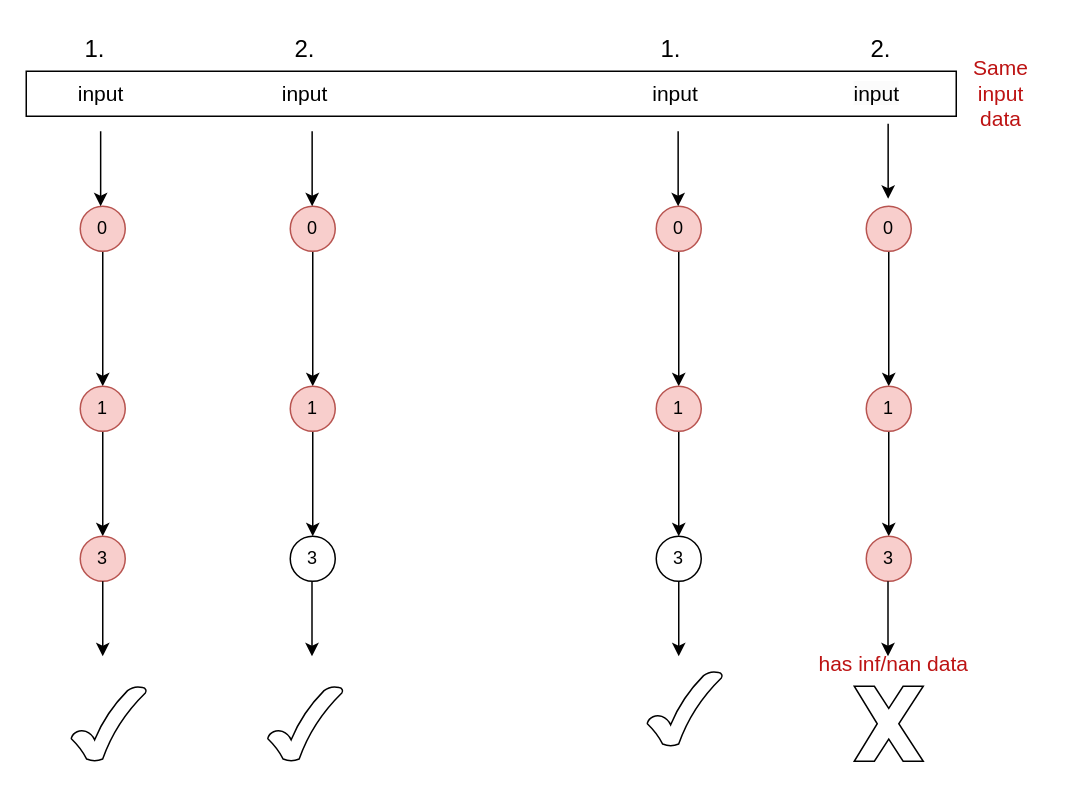
This is node.drawio from ABigDoge/MyDiagrams, a draw.io file, before an edit. Source tidied: cells renumbered, new cells numbered last; positions are measured from the earlier drawing's top-left corner, leaving out a move shared by most shapes. Both pictures are drawn from the tidied source at 150%, with x=0, y=0 at pixel (26, 26).
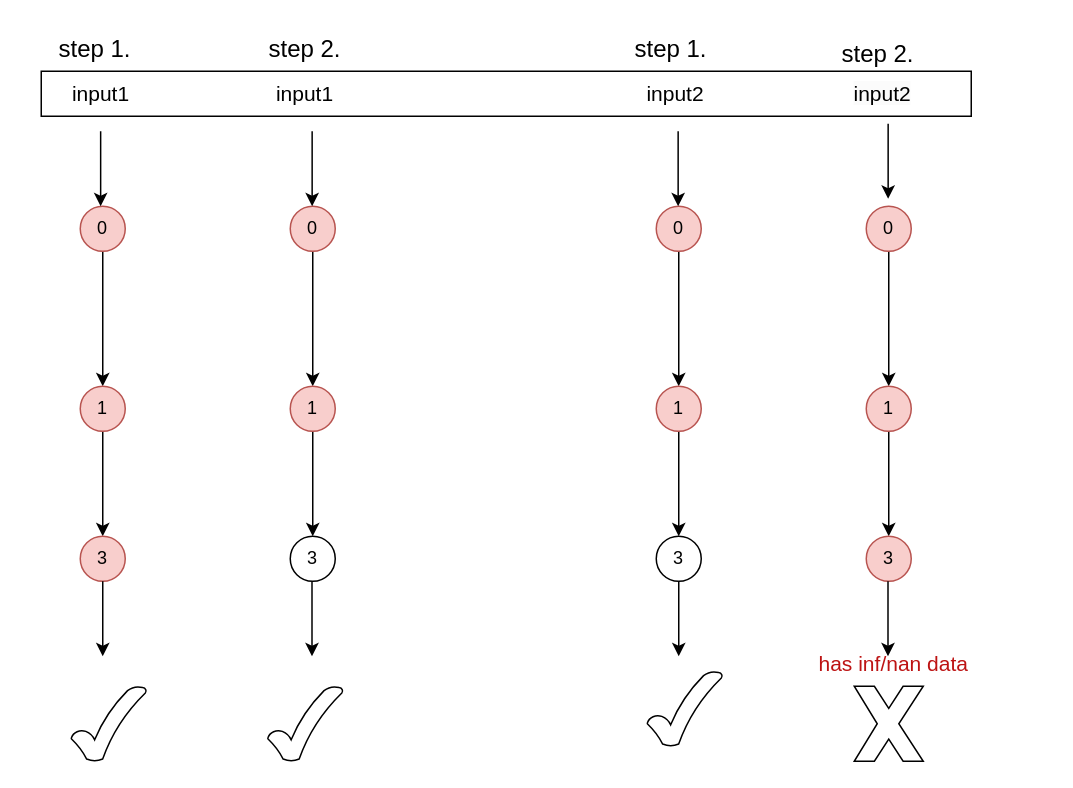
The same page after the edit.

The edit, as a diff of the source:
```diff
@@
-    <mxCell id="12" value="&lt;font style=&quot;font-size: 14px;&quot;&gt;input&lt;/font&gt;" style="text;html=1;strokeColor=none;fillColor=none;align=center;verticalAlign=middle;whiteSpace=wrap;rounded=0;" parent="1" vertex="1">
+    <mxCell id="12" value="&lt;font style=&quot;font-size: 14px;&quot;&gt;input1&lt;/font&gt;" style="text;html=1;strokeColor=none;fillColor=none;align=center;verticalAlign=middle;whiteSpace=wrap;rounded=0;" parent="1" vertex="1">
       <mxGeometry x="20" y="30" width="60" height="30" as="geometry" />
     </mxCell>
@@
-    <mxCell id="15" value="&lt;font style=&quot;font-size: 16px;&quot;&gt;1.&lt;/font&gt;" style="text;html=1;strokeColor=none;fillColor=none;align=center;verticalAlign=middle;whiteSpace=wrap;rounded=0;" parent="1" vertex="1">
+    <mxCell id="15" value="&lt;font style=&quot;font-size: 16px;&quot;&gt;step 1.&lt;/font&gt;" style="text;html=1;strokeColor=none;fillColor=none;align=center;verticalAlign=middle;whiteSpace=wrap;rounded=0;" parent="1" vertex="1">
       <mxGeometry x="16" width="60" height="30" as="geometry" />
     </mxCell>
-    <mxCell id="16" value="&lt;font style=&quot;font-size: 16px;&quot;&gt;2.&lt;/font&gt;" style="text;html=1;strokeColor=none;fillColor=none;align=center;verticalAlign=middle;whiteSpace=wrap;rounded=0;" parent="1" vertex="1">
+    <mxCell id="16" value="&lt;font style=&quot;font-size: 16px;&quot;&gt;step&amp;nbsp;2.&lt;/font&gt;" style="text;html=1;strokeColor=none;fillColor=none;align=center;verticalAlign=middle;whiteSpace=wrap;rounded=0;" parent="1" vertex="1">
       <mxGeometry x="156" width="60" height="30" as="geometry" />
     </mxCell>
@@
-    <mxCell id="27" value="&lt;span style=&quot;color: rgb(0, 0, 0); font-family: Helvetica; font-size: 14px; font-style: normal; font-variant-ligatures: normal; font-variant-caps: normal; font-weight: 400; letter-spacing: normal; orphans: 2; text-align: center; text-indent: 0px; text-transform: none; widows: 2; word-spacing: 0px; -webkit-text-stroke-width: 0px; background-color: rgb(251, 251, 251); text-decoration-thickness: initial; text-decoration-style: initial; text-decoration-color: initial; float: none; display: inline !important;&quot;&gt;input&lt;/span&gt;" style="text;whiteSpace=wrap;html=1;" parent="1" vertex="1">
+    <mxCell id="27" value="&lt;span style=&quot;color: rgb(0, 0, 0); font-family: Helvetica; font-size: 14px; font-style: normal; font-variant-ligatures: normal; font-variant-caps: normal; font-weight: 400; letter-spacing: normal; orphans: 2; text-align: center; text-indent: 0px; text-transform: none; widows: 2; word-spacing: 0px; -webkit-text-stroke-width: 0px; background-color: rgb(251, 251, 251); text-decoration-thickness: initial; text-decoration-style: initial; text-decoration-color: initial; float: none; display: inline !important;&quot;&gt;input2&lt;/span&gt;" style="text;whiteSpace=wrap;html=1;" parent="1" vertex="1">
       <mxGeometry x="550" y="30" width="70" height="40" as="geometry" />
     </mxCell>
@@
-    <mxCell id="30" value="&lt;font style=&quot;font-size: 16px;&quot;&gt;1.&lt;/font&gt;" style="text;html=1;strokeColor=none;fillColor=none;align=center;verticalAlign=middle;whiteSpace=wrap;rounded=0;" parent="1" vertex="1">
-      <mxGeometry x="400" width="60" height="30" as="geometry" />
-    </mxCell>
-    <mxCell id="31" value="&lt;font style=&quot;font-size: 16px;&quot;&gt;2.&lt;/font&gt;" style="text;html=1;strokeColor=none;fillColor=none;align=center;verticalAlign=middle;whiteSpace=wrap;rounded=0;" parent="1" vertex="1">
-      <mxGeometry x="540" width="60" height="30" as="geometry" />
-    </mxCell>
     <mxCell id="32" style="rounded=0;whiteSpace=wrap;html=1;fillColor=none;" parent="1" vertex="1">
-      <mxGeometry y="30" width="620" height="30" as="geometry" />
+      <mxGeometry x="10" y="30" width="620" height="30" as="geometry" />
     </mxCell>
-    <mxCell id="33" value="&lt;font color=&quot;#bd1313&quot; style=&quot;font-size: 14px;&quot;&gt;Same input data&lt;/font&gt;" style="text;html=1;strokeColor=none;fillColor=none;align=center;verticalAlign=middle;whiteSpace=wrap;rounded=0;" parent="1" vertex="1">
-      <mxGeometry x="620" y="30" width="60" height="30" as="geometry" />
-    </mxCell>
@@
-    <mxCell id="43" value="&lt;font style=&quot;font-size: 14px;&quot;&gt;input&lt;/font&gt;" style="text;html=1;strokeColor=none;fillColor=none;align=center;verticalAlign=middle;whiteSpace=wrap;rounded=0;" parent="1" vertex="1">
+    <mxCell id="43" value="&lt;font style=&quot;font-size: 14px;&quot;&gt;input1&lt;/font&gt;" style="text;html=1;strokeColor=none;fillColor=none;align=center;verticalAlign=middle;whiteSpace=wrap;rounded=0;" parent="1" vertex="1">
       <mxGeometry x="156" y="30" width="60" height="30" as="geometry" />
     </mxCell>
-    <mxCell id="44" value="&lt;font style=&quot;font-size: 14px;&quot;&gt;input&lt;/font&gt;" style="text;html=1;strokeColor=none;fillColor=none;align=center;verticalAlign=middle;whiteSpace=wrap;rounded=0;" parent="1" vertex="1">
+    <mxCell id="44" value="&lt;font style=&quot;font-size: 14px;&quot;&gt;input2&lt;/font&gt;" style="text;html=1;strokeColor=none;fillColor=none;align=center;verticalAlign=middle;whiteSpace=wrap;rounded=0;" parent="1" vertex="1">
       <mxGeometry x="406" y="30" width="54" height="30" as="geometry" />
     </mxCell>
+    <mxCell id="45" value="&lt;font style=&quot;font-size: 16px;&quot;&gt;step 1.&lt;/font&gt;" style="text;html=1;strokeColor=none;fillColor=none;align=center;verticalAlign=middle;whiteSpace=wrap;rounded=0;" parent="1" vertex="1">
+      <mxGeometry x="400" width="60" height="30" as="geometry" />
+    </mxCell>
+    <mxCell id="46" value="&lt;font style=&quot;font-size: 16px;&quot;&gt;step&amp;nbsp;2.&lt;/font&gt;" style="text;html=1;strokeColor=none;fillColor=none;align=center;verticalAlign=middle;whiteSpace=wrap;rounded=0;" parent="1" vertex="1">
+      <mxGeometry x="538" y="3" width="60" height="30" as="geometry" />
+    </mxCell>
```
